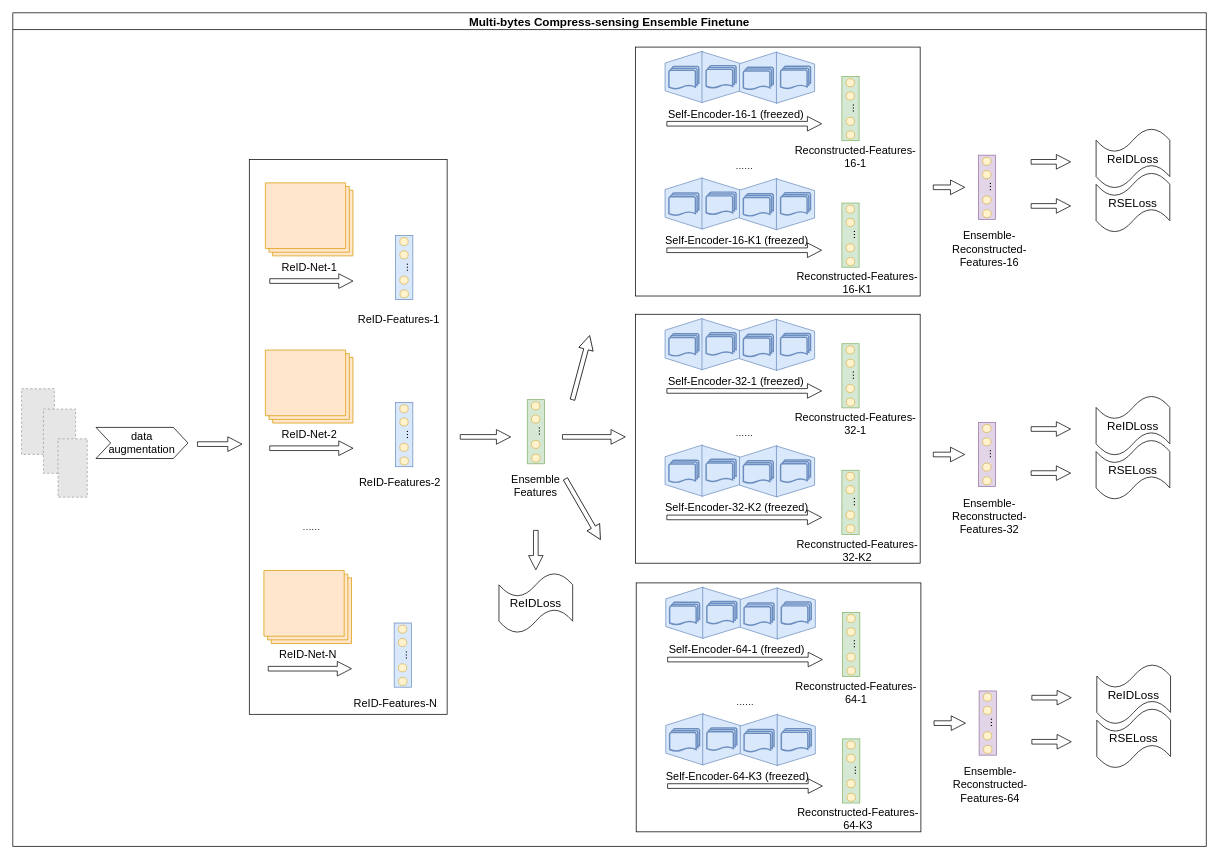
This is naic21.joint.ensemble2.drawio from Wu-Xiang123/Hello-GItHub, a draw.io file, before an edit. Source tidied: cells renumbered, new cells numbered last; positions are measured from the earlier drawing's top-left corner, leaving out a move shared by most shapes. Both pictures are drawn from the tidied source at 73%, with x=0, y=0 at pixel (12, 12). Pictures stored in the file or linked from it are replaced by grey dashed boxes.
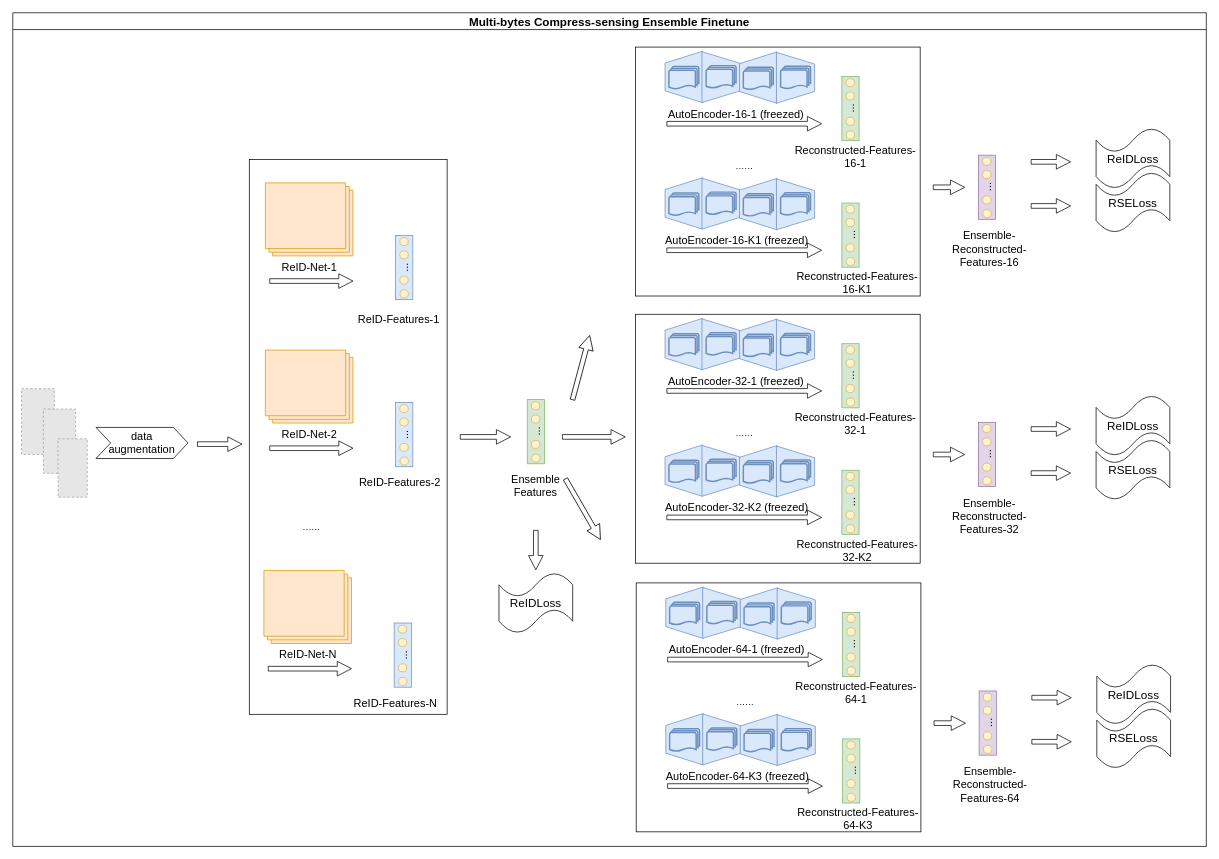
The same page after the edit.

The change refers to these unchanged cells:
```xml
<mxCell id="55" style="group;" parent="2" vertex="1">
  <mxGeometry x="853" y="47" width="732" height="341" as="geometry" />
</mxCell>
<mxCell id="107" style="group;" parent="2" vertex="1">
  <mxGeometry x="853" y="413" width="732" height="341" as="geometry" />
</mxCell>
<mxCell id="157" style="group;" parent="2" vertex="1">
  <mxGeometry x="854" y="781" width="732" height="341" as="geometry" />
</mxCell>
```

The edit, as a diff of the source:
```diff
@@
-    <mxCell id="66" value="&lt;font style=&quot;font-size: 15px; line-height: 1;&quot;&gt;Self-Encoder-16-1 (freezed)&lt;br style=&quot;font-size: 15px;&quot;&gt;&lt;/font&gt;" style="text;html=1;align=center;verticalAlign=middle;whiteSpace=wrap;rounded=0;fontSize=15;" parent="55" vertex="1">
+    <mxCell id="66" value="&lt;font style=&quot;font-size: 15px; line-height: 1;&quot;&gt;AutoEncoder-16-1 (freezed)&lt;br style=&quot;font-size: 15px;&quot;&gt;&lt;/font&gt;" style="text;html=1;align=center;verticalAlign=middle;whiteSpace=wrap;rounded=0;fontSize=15;" parent="55" vertex="1">
       <mxGeometry x="36" y="76" width="204" height="30" as="geometry" />
     </mxCell>
@@
-    <mxCell id="104" value="&lt;font style=&quot;font-size: 15px; line-height: 1;&quot;&gt;Self-Encoder-16-K1 (freezed)&lt;br style=&quot;font-size: 15px;&quot;&gt;&lt;/font&gt;" style="text;html=1;align=center;verticalAlign=middle;whiteSpace=wrap;rounded=0;fontSize=15;" parent="55" vertex="1">
+    <mxCell id="104" value="&lt;font style=&quot;font-size: 15px; line-height: 1;&quot;&gt;AutoEncoder-16-K1 (freezed)&lt;br style=&quot;font-size: 15px;&quot;&gt;&lt;/font&gt;" style="text;html=1;align=center;verticalAlign=middle;whiteSpace=wrap;rounded=0;fontSize=15;" parent="55" vertex="1">
       <mxGeometry x="37" y="249" width="204" height="30" as="geometry" />
     </mxCell>
@@
-    <mxCell id="118" value="&lt;font style=&quot;font-size: 15px; line-height: 1;&quot;&gt;Self-Encoder-32-1 (freezed)&lt;br style=&quot;font-size: 15px;&quot;&gt;&lt;/font&gt;" style="text;html=1;align=center;verticalAlign=middle;whiteSpace=wrap;rounded=0;fontSize=15;" parent="107" vertex="1">
+    <mxCell id="118" value="&lt;font style=&quot;font-size: 15px; line-height: 1;&quot;&gt;AutoEncoder-32-1 (freezed)&lt;br style=&quot;font-size: 15px;&quot;&gt;&lt;/font&gt;" style="text;html=1;align=center;verticalAlign=middle;whiteSpace=wrap;rounded=0;fontSize=15;" parent="107" vertex="1">
       <mxGeometry x="36" y="76" width="204" height="30" as="geometry" />
     </mxCell>
@@
-    <mxCell id="156" value="&lt;font style=&quot;font-size: 15px; line-height: 1;&quot;&gt;Self-Encoder-32-K2 (freezed)&lt;br style=&quot;font-size: 15px;&quot;&gt;&lt;/font&gt;" style="text;html=1;align=center;verticalAlign=middle;whiteSpace=wrap;rounded=0;fontSize=15;" parent="107" vertex="1">
+    <mxCell id="156" value="&lt;font style=&quot;font-size: 15px; line-height: 1;&quot;&gt;AutoEncoder-32-K2 (freezed)&lt;br style=&quot;font-size: 15px;&quot;&gt;&lt;/font&gt;" style="text;html=1;align=center;verticalAlign=middle;whiteSpace=wrap;rounded=0;fontSize=15;" parent="107" vertex="1">
       <mxGeometry x="37" y="249" width="204" height="30" as="geometry" />
     </mxCell>
@@
-    <mxCell id="168" value="&lt;font style=&quot;font-size: 15px; line-height: 1;&quot;&gt;Self-Encoder-64-1 (freezed)&lt;br style=&quot;font-size: 15px;&quot;&gt;&lt;/font&gt;" style="text;html=1;align=center;verticalAlign=middle;whiteSpace=wrap;rounded=0;fontSize=15;" parent="157" vertex="1">
+    <mxCell id="168" value="&lt;font style=&quot;font-size: 15px; line-height: 1;&quot;&gt;AutoEncoder-64-1 (freezed)&lt;br style=&quot;font-size: 15px;&quot;&gt;&lt;/font&gt;" style="text;html=1;align=center;verticalAlign=middle;whiteSpace=wrap;rounded=0;fontSize=15;" parent="157" vertex="1">
       <mxGeometry x="36" y="76" width="204" height="30" as="geometry" />
     </mxCell>
@@
-    <mxCell id="206" value="&lt;font style=&quot;font-size: 15px; line-height: 1;&quot;&gt;Self-Encoder-64-K3 (freezed)&lt;br style=&quot;font-size: 15px;&quot;&gt;&lt;/font&gt;" style="text;html=1;align=center;verticalAlign=middle;whiteSpace=wrap;rounded=0;fontSize=15;" parent="157" vertex="1">
+    <mxCell id="206" value="&lt;font style=&quot;font-size: 15px; line-height: 1;&quot;&gt;AutoEncoder-64-K3 (freezed)&lt;br style=&quot;font-size: 15px;&quot;&gt;&lt;/font&gt;" style="text;html=1;align=center;verticalAlign=middle;whiteSpace=wrap;rounded=0;fontSize=15;" parent="157" vertex="1">
       <mxGeometry x="37" y="249" width="204" height="30" as="geometry" />
     </mxCell>
```
